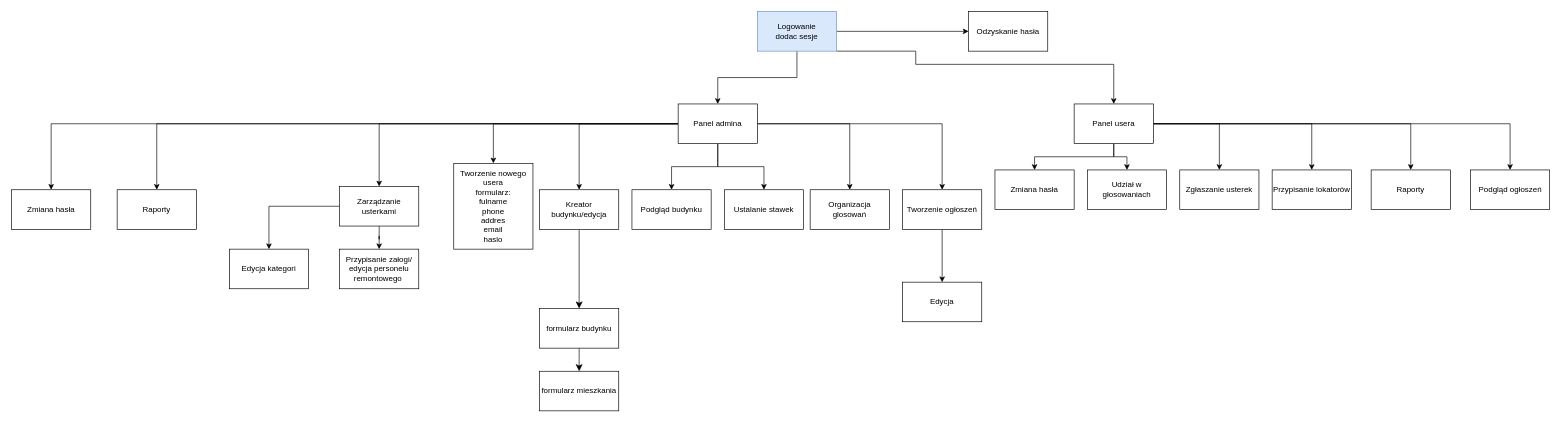
Earlier version of the draw.io diagram dok/site_flow.drawio (Mati-IR/my-neighborhood). Source tidied: cells renumbered, new cells numbered last; positions are measured from the earlier drawing's top-left corner, leaving out a move shared by most shapes. Both pictures are drawn from the tidied source at 66%, with x=0, y=0 at pixel (11, 11).
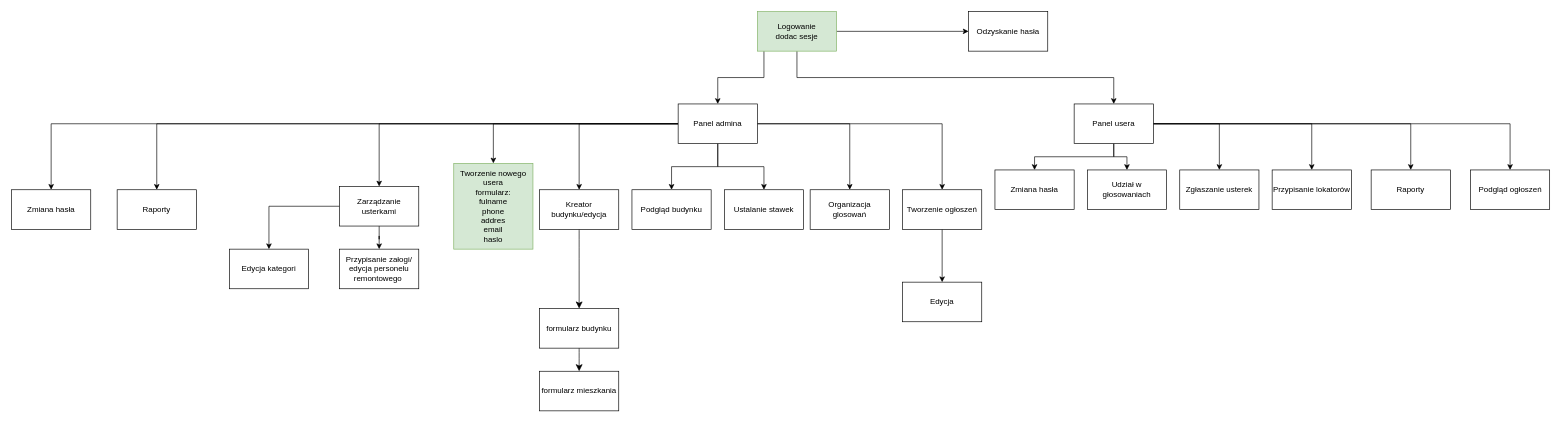
Above is the later version.

The change refers to these unchanged cells:
```xml
<mxCell id="16" value="Panel admina" style="rounded=0;whiteSpace=wrap;html=1;" parent="1" vertex="1">
  <mxGeometry x="1010" y="140" width="120" height="60" as="geometry" />
</mxCell>
<mxCell id="23" value="Panel usera" style="rounded=0;whiteSpace=wrap;html=1;" parent="1" vertex="1">
  <mxGeometry x="1610" y="140" width="120" height="60" as="geometry" />
</mxCell>
```

Change to the diagram source:
```diff
@@
     <mxCell id="3" style="edgeStyle=orthogonalEdgeStyle;rounded=0;jettySize=auto;html=1;" parent="1" edge="1" source="5" target="16">
-      <mxGeometry relative="1" as="geometry" />
+      <mxGeometry relative="1" as="geometry">
+        <Array as="points">
+          <mxPoint x="1140" y="100" />
+          <mxPoint x="1070" y="100" />
+        </Array>
+      </mxGeometry>
     </mxCell>
     <mxCell id="4" style="edgeStyle=orthogonalEdgeStyle;rounded=0;jettySize=auto;html=1;" parent="1" edge="1" source="5" target="23">
       <mxGeometry relative="1" as="geometry">
         <Array as="points">
-          <mxPoint x="1370" y="60" />
-          <mxPoint x="1370" y="80" />
-          <mxPoint x="1670" y="80" />
+          <mxPoint x="1190" y="100" />
+          <mxPoint x="1670" y="100" />
         </Array>
       </mxGeometry>
     </mxCell>
-    <mxCell id="5" value="Logowanie&lt;br&gt;dodac sesje" style="rounded=0;whiteSpace=wrap;html=1;fillColor=#dae8fc;strokeColor=#6c8ebf;" parent="1" vertex="1">
+    <mxCell id="5" value="Logowanie&lt;br&gt;dodac sesje" style="rounded=0;whiteSpace=wrap;html=1;fillColor=#d5e8d4;strokeColor=#82b366;" parent="1" vertex="1">
       <mxGeometry x="1130" width="120" height="60" as="geometry" />
     </mxCell>
@@
-    <mxCell id="24" value="Tworzenie nowego usera&lt;br&gt;formularz:&lt;br&gt;fulname&lt;br&gt;phone&lt;br&gt;addres&lt;br&gt;email&lt;br&gt;haslo" style="rounded=0;whiteSpace=wrap;html=1;" parent="1" vertex="1">
+    <mxCell id="24" value="Tworzenie nowego usera&lt;br&gt;formularz:&lt;br&gt;fulname&lt;br&gt;phone&lt;br&gt;addres&lt;br&gt;email&lt;br&gt;haslo" style="rounded=0;whiteSpace=wrap;html=1;fillColor=#d5e8d4;strokeColor=#82b366;" parent="1" vertex="1">
       <mxGeometry x="670" y="230" width="120" height="130" as="geometry" />
     </mxCell>
```
